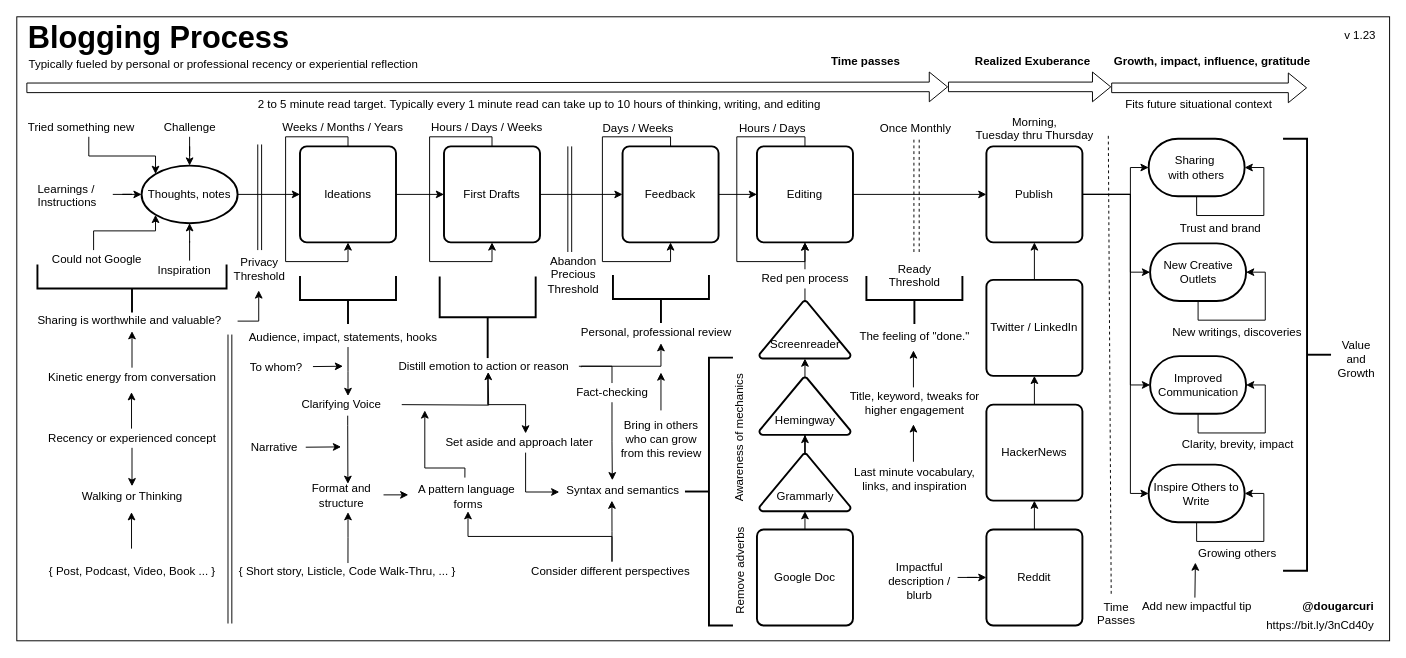
Before: mentoring/diagrams/blogging-process.drawio in solidi/learning-notes, a draw.io diagram. Source tidied: cells renumbered, new cells numbered last; positions are measured from the earlier drawing's top-left corner, leaving out a move shared by most shapes. Both pictures are drawn from the tidied source at 96%, with x=0, y=0 at pixel (16, 16).
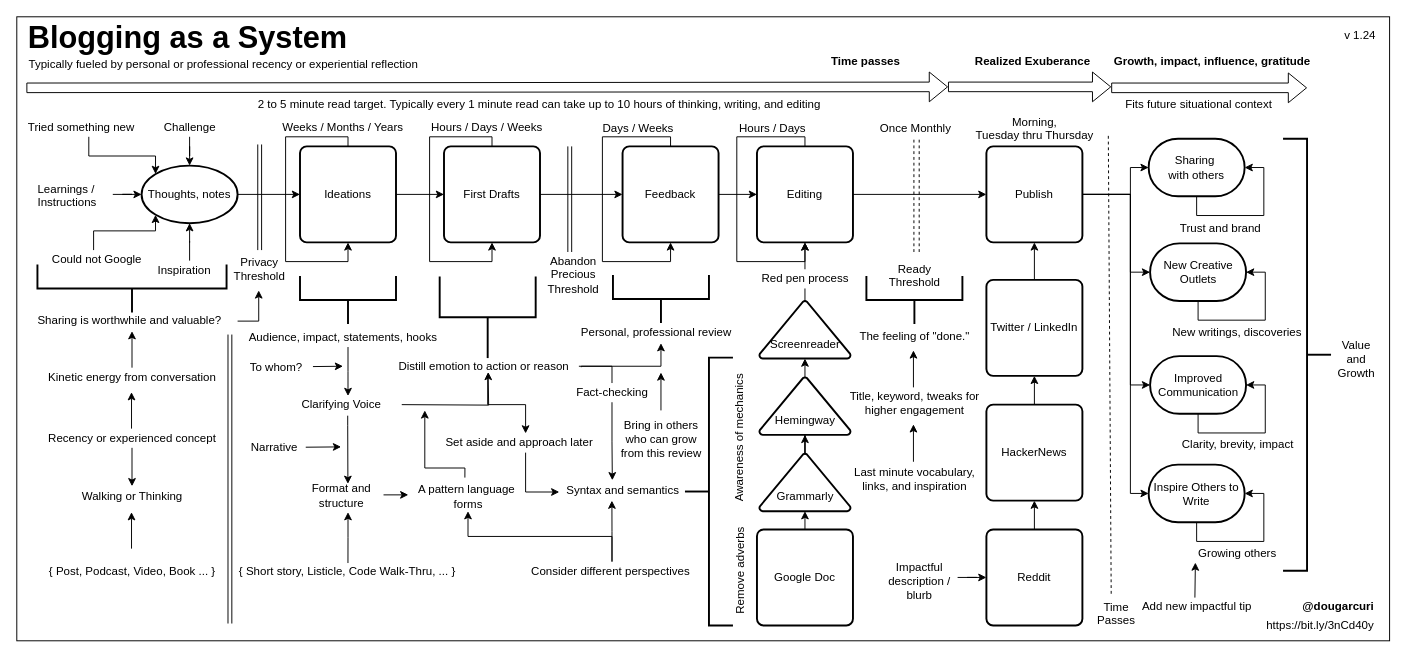
Above is the later version.

Commit message (it also covers changes not shown here):
Add red-pen process to the blogging diagram

Diff of the diagram source:
```diff
@@
-    <mxCell id="29" value="&lt;b&gt;&lt;font style=&quot;font-size: 32px&quot;&gt;Blogging Process&lt;/font&gt;&lt;/b&gt;" style="text;html=1;align=left;verticalAlign=top;spacingTop=-4;" parent="1" vertex="1">
-      <mxGeometry x="10" width="290" height="20" as="geometry" />
+    <mxCell id="29" value="&lt;b&gt;&lt;font style=&quot;font-size: 32px&quot;&gt;Blogging as a System&lt;/font&gt;&lt;/b&gt;" style="text;html=1;align=left;verticalAlign=top;spacingTop=-4;" parent="1" vertex="1">
+      <mxGeometry x="10" width="350" height="20" as="geometry" />
     </mxCell>
@@
-    <mxCell id="121" value="v 1.23" style="text;html=1;align=center;verticalAlign=middle;" parent="1" vertex="1">
+    <mxCell id="121" value="v 1.24" style="text;html=1;align=center;verticalAlign=middle;" parent="1" vertex="1">
       <mxGeometry x="1374" y="10" width="50" height="20" as="geometry" />
     </mxCell>
```
